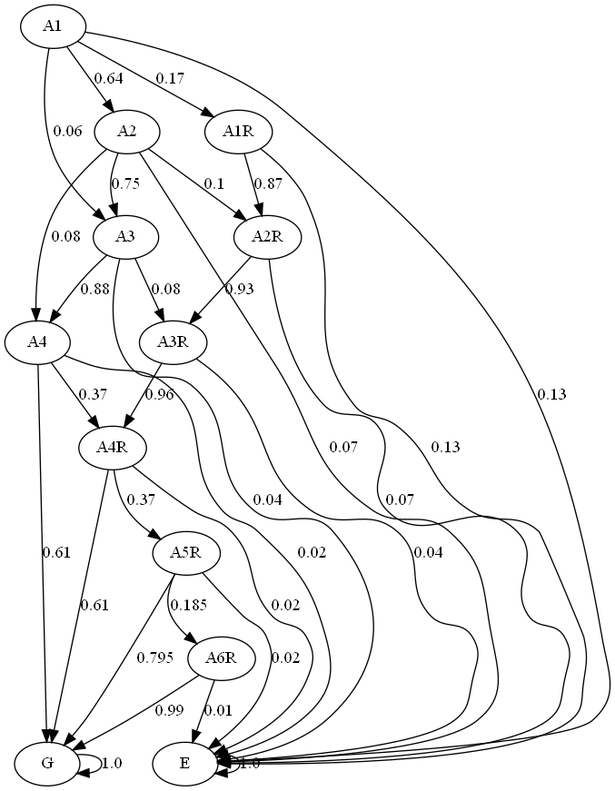
This is graph/markov.png from JulianaFerreira/educacao, a Graphviz export, as it was before one commit. Its source is kept beside it as graph/markov.dot.
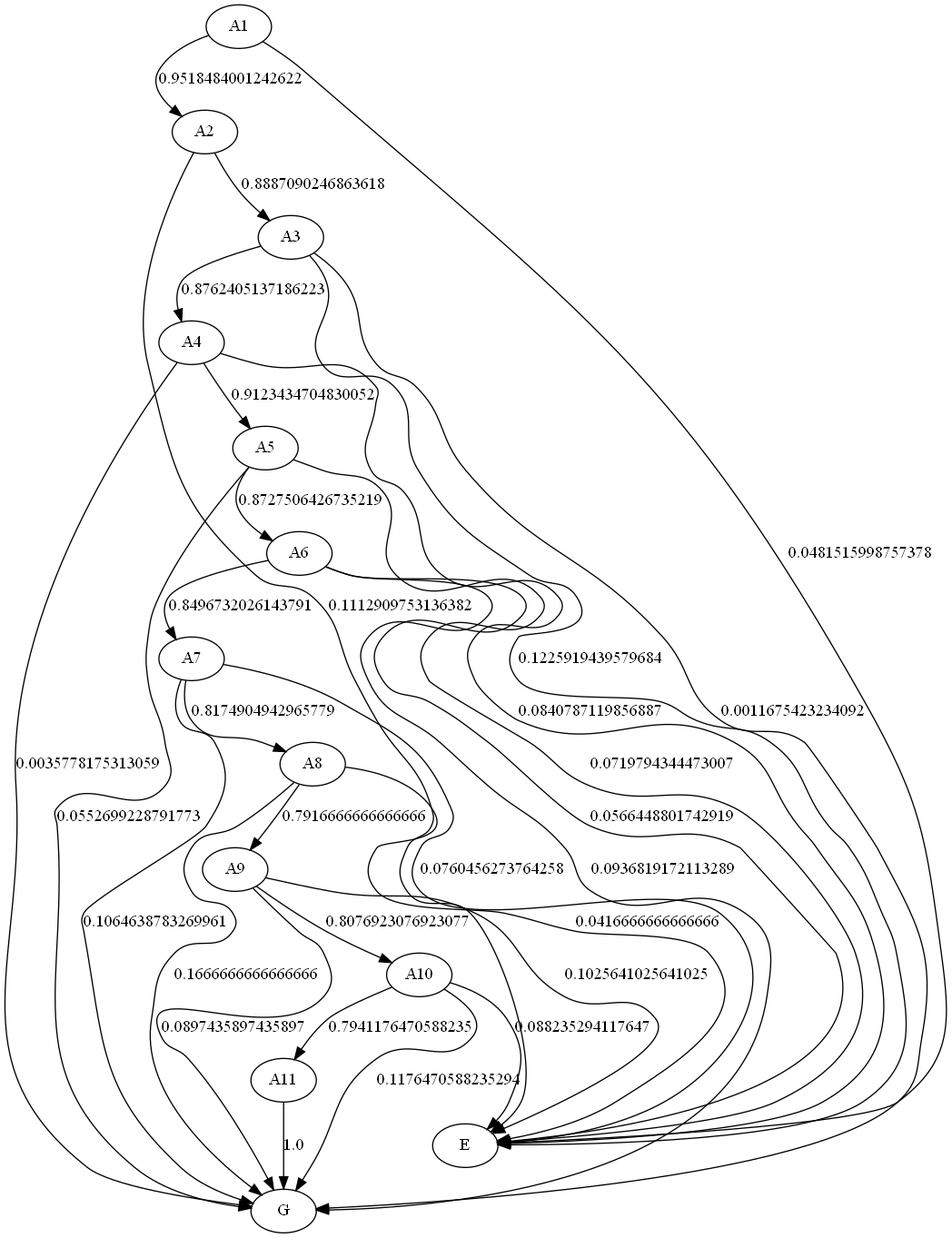
Later version of the same file.

Diff of the diagram source:
```diff
@@ -3,42 +3,42 @@
 A2;
 A3;
 A4;
-A1R;
-A2R;
-A3R;
-A4R;
-A5R;
-A6R;
+A5;
+A6;
+A7;
+A8;
+A9;
+A10;
+A11;
 G;
 E;
-A1 -> A2  [key=0, label="0.64", weight="0.64"];
-A1 -> A3  [key=0, label="0.06", weight="0.06"];
-A1 -> A1R  [key=0, label="0.17", weight="0.17"];
-A1 -> E  [key=0, label="0.13", weight="0.13"];
-A2 -> A3  [key=0, label="0.75", weight="0.75"];
-A2 -> A4  [key=0, label="0.08", weight="0.08"];
-A2 -> A2R  [key=0, label="0.1", weight="0.1"];
-A2 -> E  [key=0, label="0.07", weight="0.07"];
-A3 -> A4  [key=0, label="0.88", weight="0.88"];
-A3 -> A3R  [key=0, label="0.08", weight="0.08"];
-A3 -> E  [key=0, label="0.04", weight="0.04"];
-A4 -> A4R  [key=0, label="0.37", weight="0.37"];
-A4 -> G  [key=0, label="0.61", weight="0.61"];
-A4 -> E  [key=0, label="0.02", weight="0.02"];
-A1R -> A2R  [key=0, label="0.87", weight="0.87"];
-A1R -> E  [key=0, label="0.13", weight="0.13"];
-A2R -> A3R  [key=0, label="0.93", weight="0.93"];
-A2R -> E  [key=0, label="0.07", weight="0.07"];
-A3R -> A4R  [key=0, label="0.96", weight="0.96"];
-A3R -> E  [key=0, label="0.04", weight="0.04"];
-A4R -> A5R  [key=0, label="0.37", weight="0.37"];
-A4R -> G  [key=0, label="0.61", weight="0.61"];
-A4R -> E  [key=0, label="0.02", weight="0.02"];
-A5R -> A6R  [key=0, label="0.185", weight="0.185"];
-A5R -> G  [key=0, label="0.795", weight="0.795"];
-A5R -> E  [key=0, label="0.02", weight="0.02"];
-A6R -> G  [key=0, label="0.99", weight="0.99"];
-A6R -> E  [key=0, label="0.01", weight="0.01"];
-G -> G  [key=0, label="1.0", weight="1.0"];
-E -> E  [key=0, label="1.0", weight="1.0"];
+A1 -> A2  [key=0, label="0.9518484001242622", weight="0.9518484001242622"];
+A1 -> E  [key=0, label="0.0481515998757378", weight="0.0481515998757378"];
+A2 -> A3  [key=0, label="0.8887090246863618", weight="0.8887090246863618"];
+A2 -> E  [key=0, label="0.1112909753136382", weight="0.1112909753136382"];
+A3 -> A4  [key=0, label="0.8762405137186223", weight="0.8762405137186223"];
+A3 -> G  [key=0, label="0.0011675423234092", weight="0.0011675423234092"];
+A3 -> E  [key=0, label="0.1225919439579684", weight="0.1225919439579684"];
+A4 -> A5  [key=0, label="0.9123434704830052", weight="0.9123434704830052"];
+A4 -> G  [key=0, label="0.0035778175313059", weight="0.0035778175313059"];
+A4 -> E  [key=0, label="0.0840787119856887", weight="0.0840787119856887"];
+A5 -> A6  [key=0, label="0.8727506426735219", weight="0.8727506426735219"];
+A5 -> G  [key=0, label="0.0552699228791773", weight="0.0552699228791773"];
+A5 -> E  [key=0, label="0.0719794344473007", weight="0.0719794344473007"];
+A6 -> A7  [key=0, label="0.8496732026143791", weight="0.8496732026143791"];
+A6 -> G  [key=0, label="0.0936819172113289", weight="0.0936819172113289"];
+A6 -> E  [key=0, label="0.0566448801742919", weight="0.0566448801742919"];
+A7 -> A8  [key=0, label="0.8174904942965779", weight="0.8174904942965779"];
+A7 -> G  [key=0, label="0.1064638783269961", weight="0.1064638783269961"];
+A7 -> E  [key=0, label="0.0760456273764258", weight="0.0760456273764258"];
+A8 -> A9  [key=0, label="0.7916666666666666", weight="0.7916666666666666"];
+A8 -> G  [key=0, label="0.1666666666666666", weight="0.1666666666666666"];
+A8 -> E  [key=0, label="0.0416666666666666", weight="0.0416666666666666"];
+A9 -> A10  [key=0, label="0.8076923076923077", weight="0.8076923076923077"];
+A9 -> G  [key=0, label="0.0897435897435897", weight="0.0897435897435897"];
+A9 -> E  [key=0, label="0.1025641025641025", weight="0.1025641025641025"];
+A10 -> A11  [key=0, label="0.7941176470588235", weight="0.7941176470588235"];
+A10 -> G  [key=0, label="0.1176470588235294", weight="0.1176470588235294"];
+A10 -> E  [key=0, label="0.088235294117647", weight="0.088235294117647"];
+A11 -> G  [key=0, label="1.0", weight="1.0"];
 }
```
